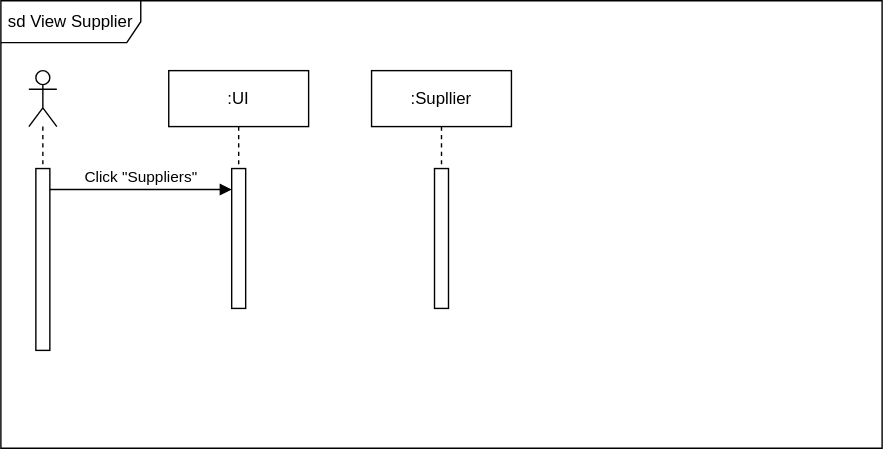
Before: view_supp.svg, a diagram exported from draw.io (Simamkele88/IFM3_GP). Source tidied: cells renumbered, new cells last; positions are measured from the earlier drawing's top-left corner, leaving out a move shared by most shapes.
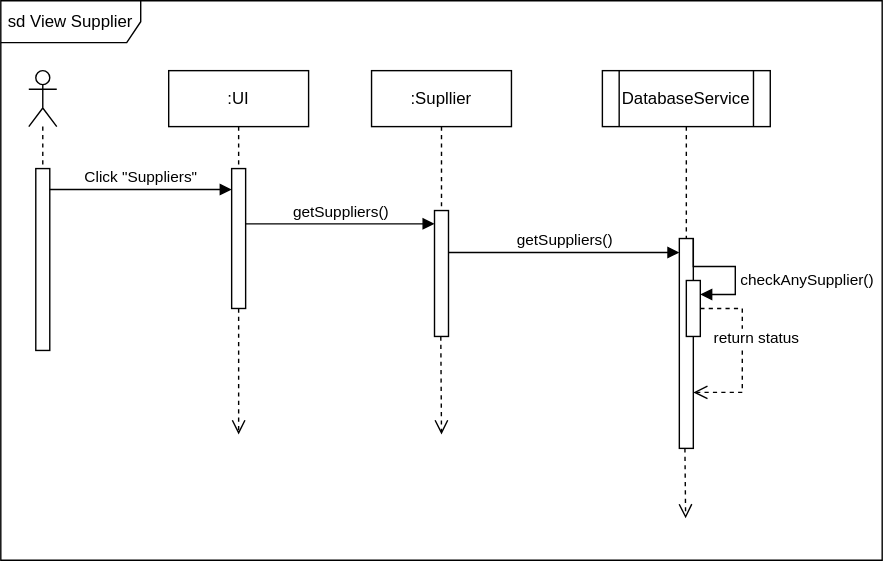
The same diagram one commit later.

Diff of the diagram source:
```diff
@@ -3,7 +3,7 @@
     <mxCell id="0" />
     <mxCell id="1" parent="0" />
     <mxCell id="2" value="sd View Supplier" style="shape=umlFrame;whiteSpace=wrap;html=1;width=100;height=30;" parent="1" vertex="1">
-      <mxGeometry width="630" height="320" as="geometry" />
+      <mxGeometry width="630" height="400" as="geometry" />
     </mxCell>
     <mxCell id="3" style="shape=umlLifeline;perimeter=lifelinePerimeter;whiteSpace=wrap;html=1;newEdgeStyle={&quot;curved&quot;:0,&quot;rounded&quot;:0};participant=umlActor;" parent="1" vertex="1">
       <mxGeometry x="20" y="50" width="20" height="80" as="geometry" />
@@ -25,10 +25,72 @@
       </mxGeometry>
     </mxCell>
     <mxCell id="8" value=":Supllier" style="shape=umlLifeline;perimeter=lifelinePerimeter;whiteSpace=wrap;html=1;newEdgeStyle={&quot;curved&quot;:0,&quot;rounded&quot;:0};" parent="1" vertex="1">
-      <mxGeometry x="265" y="50" width="100" height="70" as="geometry" />
+      <mxGeometry x="265" y="50" width="100" height="100" as="geometry" />
     </mxCell>
     <mxCell id="9" style="html=1;perimeter=orthogonalPerimeter;targetShapes=umlLifeline;newEdgeStyle={&quot;curved&quot;:0,&quot;rounded&quot;:0};" parent="1" vertex="1">
-      <mxGeometry x="310" y="120" width="10" height="100" as="geometry" />
+      <mxGeometry x="310" y="150" width="10" height="90" as="geometry" />
     </mxCell>
+    <mxCell id="10" value="getSuppliers()" style="html=1;verticalAlign=bottom;endArrow=block;curved=0;rounded=0;" parent="1" edge="1">
+      <mxGeometry relative="1" as="geometry">
+        <mxPoint x="175" y="159.5" as="sourcePoint" />
+        <mxPoint x="310" y="159.5" as="targetPoint" />
+        <Array as="points">
+          <mxPoint x="245" y="159.5" />
+        </Array>
+      </mxGeometry>
+    </mxCell>
+    <mxCell id="11" value="DatabaseService" style="shape=process;whiteSpace=wrap;html=1;backgroundOutline=1;" parent="1" vertex="1">
+      <mxGeometry x="430" y="50" width="120" height="40" as="geometry" />
+    </mxCell>
+    <mxCell id="12" style="html=1;points=[[0,0,0,0,5],[0,1,0,0,-5],[1,0,0,0,5],[1,1,0,0,-5]];perimeter=orthogonalPerimeter;outlineConnect=0;targetShapes=umlLifeline;portConstraint=eastwest;newEdgeStyle={&quot;curved&quot;:0,&quot;rounded&quot;:0};" parent="1" vertex="1">
+      <mxGeometry x="485" y="170" width="10" height="150" as="geometry" />
+    </mxCell>
+    <mxCell id="13" style="html=1;verticalAlign=bottom;endArrow=none;dashed=1;endSize=8;curved=0;rounded=0;startFill=0;exitX=0.5;exitY=1;exitDx=0;exitDy=0;" parent="1" edge="1" source="11" target="12">
+      <mxGeometry relative="1" as="geometry" />
+    </mxCell>
+    <mxCell id="14" style="html=1;verticalAlign=bottom;endArrow=open;dashed=1;endSize=8;curved=0;rounded=0;" parent="1" edge="1" source="5">
+      <mxGeometry relative="1" as="geometry">
+        <mxPoint x="170" y="310" as="targetPoint" />
+      </mxGeometry>
+    </mxCell>
+    <mxCell id="15" style="html=1;verticalAlign=bottom;endArrow=open;dashed=1;endSize=8;curved=0;rounded=0;" parent="1" edge="1">
+      <mxGeometry relative="1" as="geometry">
+        <mxPoint x="314.5" y="240" as="sourcePoint" />
+        <mxPoint x="315" y="310" as="targetPoint" />
+      </mxGeometry>
+    </mxCell>
+    <mxCell id="16" style="html=1;verticalAlign=bottom;endArrow=open;dashed=1;endSize=8;curved=0;rounded=0;" parent="1" edge="1">
+      <mxGeometry relative="1" as="geometry">
+        <mxPoint x="489" y="320" as="sourcePoint" />
+        <mxPoint x="489.5" y="370" as="targetPoint" />
+      </mxGeometry>
+    </mxCell>
+    <mxCell id="17" value="getSuppliers()" style="html=1;verticalAlign=bottom;endArrow=block;curved=0;rounded=0;" parent="1" edge="1" target="12">
+      <mxGeometry relative="1" as="geometry">
+        <mxPoint x="320" y="180" as="sourcePoint" />
+      </mxGeometry>
+    </mxCell>
+    <mxCell id="18" style="html=1;points=[[0,0,0,0,5],[0,1,0,0,-5],[1,0,0,0,5],[1,1,0,0,-5]];perimeter=orthogonalPerimeter;outlineConnect=0;targetShapes=umlLifeline;portConstraint=eastwest;newEdgeStyle={&quot;curved&quot;:0,&quot;rounded&quot;:0};" parent="1" vertex="1">
+      <mxGeometry x="490" y="200" width="10" height="40" as="geometry" />
+    </mxCell>
+    <mxCell id="19" value="checkAnySupplier()" style="html=1;align=left;spacingLeft=2;endArrow=block;rounded=0;edgeStyle=orthogonalEdgeStyle;curved=0;rounded=0;" parent="1" edge="1" target="18">
+      <mxGeometry x="0.26" relative="1" as="geometry">
+        <mxPoint x="495" y="170" as="sourcePoint" />
+        <Array as="points">
+          <mxPoint x="495" y="190" />
+          <mxPoint x="525" y="190" />
+          <mxPoint x="525" y="210" />
+        </Array>
+      </mxGeometry>
+    </mxCell>
+    <mxCell id="20" value="return status" style="html=1;verticalAlign=bottom;endArrow=open;dashed=1;endSize=8;rounded=0;edgeStyle=orthogonalEdgeStyle;" parent="1" edge="1" source="18">
+      <mxGeometry x="-0.04" y="10" relative="1" as="geometry">
+        <mxPoint x="495" y="280" as="targetPoint" />
+        <Array as="points">
+          <mxPoint x="530" y="220" />
+          <mxPoint x="530" y="280" />
+        </Array>
+      </mxGeometry>
+    </mxCell>
   </root>
 </mxGraphModel>
```
